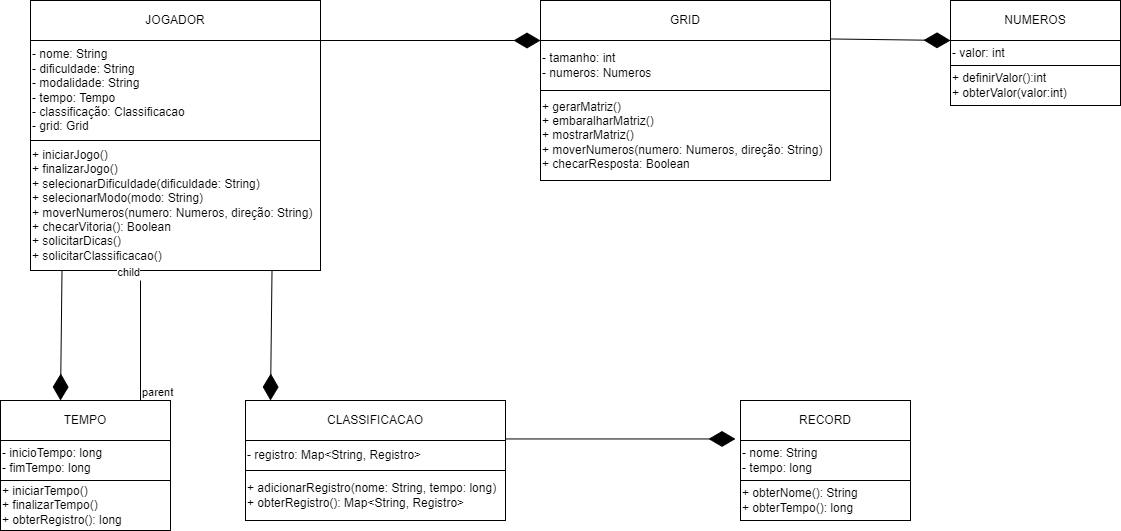
This is Mini Projeto 3/Diagrama de Classes.png from Beatriz-ge/OO, a draw.io export, as it was before one commit. Source tidied: cells renumbered, new cells last; positions are measured from the earlier drawing's top-left corner, leaving out a move shared by most shapes.
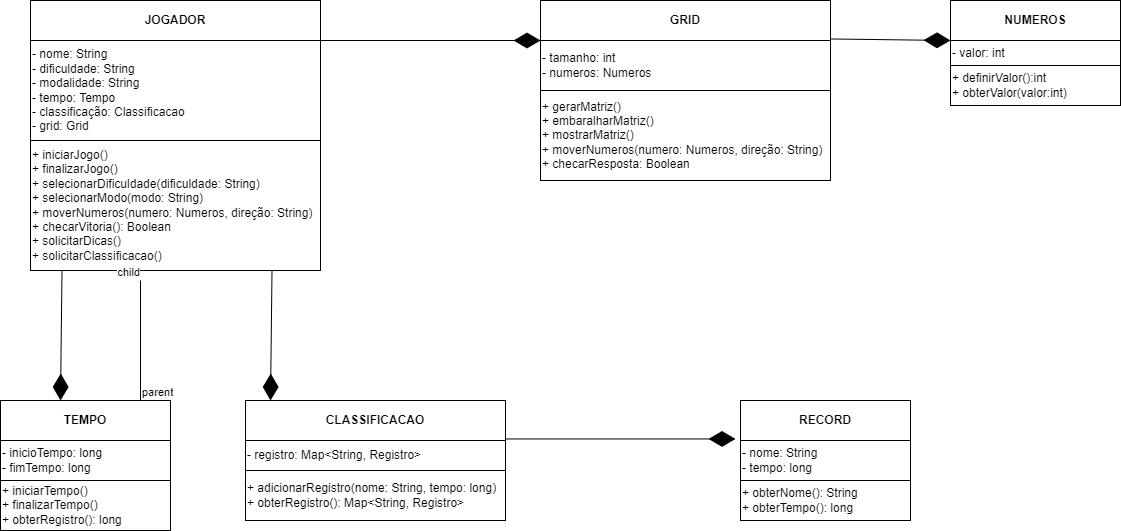
Later version of the same file.

The edit, as a diff of the source:
```diff
@@ -2,7 +2,7 @@
   <root>
     <mxCell id="0" />
     <mxCell id="1" parent="0" />
-    <mxCell id="2" value="JOGADOR" style="rounded=0;whiteSpace=wrap;html=1;" parent="1" vertex="1">
+    <mxCell id="2" value="&lt;b&gt;JOGADOR&lt;/b&gt;" style="rounded=0;whiteSpace=wrap;html=1;" parent="1" vertex="1">
       <mxGeometry x="30" width="290" height="40" as="geometry" />
     </mxCell>
     <mxCell id="3" value="- nome: String&lt;br&gt;- dificuldade: String&lt;br&gt;- modalidade: String&lt;br&gt;- tempo: Tempo&lt;br&gt;- classificação: Classificacao&lt;br&gt;- grid: Grid" style="rounded=0;whiteSpace=wrap;html=1;align=left;" parent="1" vertex="1">
@@ -11,7 +11,7 @@
     <mxCell id="4" value="+ iniciarJogo()&lt;br&gt;+ finalizarJogo()&lt;br&gt;+ selecionarDificuldade(dificuldade: String)&lt;br&gt;+ selecionarModo(modo: String)&lt;br&gt;+ moverNumeros(numero: Numeros, direção: String)&lt;br&gt;+ checarVitoria(): Boolean&lt;br&gt;+ solicitarDicas()&lt;br&gt;+ solicitarClassificacao()" style="rounded=0;whiteSpace=wrap;html=1;align=left;" parent="1" vertex="1">
       <mxGeometry x="30" y="140" width="290" height="130" as="geometry" />
     </mxCell>
-    <mxCell id="5" value="GRID" style="rounded=0;whiteSpace=wrap;html=1;" parent="1" vertex="1">
+    <mxCell id="5" value="&lt;b&gt;GRID&lt;/b&gt;" style="rounded=0;whiteSpace=wrap;html=1;" parent="1" vertex="1">
       <mxGeometry x="540" width="290" height="40" as="geometry" />
     </mxCell>
     <mxCell id="6" value="- tamanho: int&lt;br&gt;- numeros: Numeros" style="rounded=0;whiteSpace=wrap;html=1;align=left;" parent="1" vertex="1">
@@ -20,13 +20,13 @@
     <mxCell id="7" value="+ gerarMatriz()&lt;br&gt;+ embaralharMatriz()&lt;br&gt;+ mostrarMatriz()&lt;br&gt;+ moverNumeros(numero: Numeros, direção: String)&lt;br&gt;+ checarResposta: Boolean" style="rounded=0;whiteSpace=wrap;html=1;align=left;" parent="1" vertex="1">
       <mxGeometry x="540" y="90" width="290" height="90" as="geometry" />
     </mxCell>
-    <mxCell id="8" value="TEMPO" style="rounded=0;whiteSpace=wrap;html=1;" parent="1" vertex="1">
+    <mxCell id="8" value="&lt;b&gt;TEMPO&lt;/b&gt;" style="rounded=0;whiteSpace=wrap;html=1;" parent="1" vertex="1">
       <mxGeometry y="400" width="170" height="40" as="geometry" />
     </mxCell>
     <mxCell id="9" value="- inicioTempo: long&lt;br&gt;- fimTempo: long" style="rounded=0;whiteSpace=wrap;html=1;align=left;" parent="1" vertex="1">
       <mxGeometry y="440" width="170" height="40" as="geometry" />
     </mxCell>
-    <mxCell id="10" value="CLASSIFICACAO" style="rounded=0;whiteSpace=wrap;html=1;" parent="1" vertex="1">
+    <mxCell id="10" value="&lt;b&gt;CLASSIFICACAO&lt;/b&gt;" style="rounded=0;whiteSpace=wrap;html=1;" parent="1" vertex="1">
       <mxGeometry x="245" y="400" width="260" height="40" as="geometry" />
     </mxCell>
     <mxCell id="11" value="- registro: Map&amp;lt;String, Registro&amp;gt;" style="rounded=0;whiteSpace=wrap;html=1;align=left;" parent="1" vertex="1">
@@ -35,7 +35,7 @@
     <mxCell id="12" value="+ adicionarRegistro(nome: String, tempo: long)&lt;br&gt;+ obterRegistro(): Map&amp;lt;String, Registro&amp;gt;" style="rounded=0;whiteSpace=wrap;html=1;align=left;" parent="1" vertex="1">
       <mxGeometry x="245" y="470" width="260" height="50" as="geometry" />
     </mxCell>
-    <mxCell id="13" value="RECORD" style="rounded=0;whiteSpace=wrap;html=1;" parent="1" vertex="1">
+    <mxCell id="13" value="&lt;b&gt;RECORD&lt;/b&gt;" style="rounded=0;whiteSpace=wrap;html=1;" parent="1" vertex="1">
       <mxGeometry x="740" y="400" width="170" height="40" as="geometry" />
     </mxCell>
     <mxCell id="14" value="- nome: String&lt;br&gt;- tempo: long" style="rounded=0;whiteSpace=wrap;html=1;align=left;" parent="1" vertex="1">
@@ -47,7 +47,7 @@
     <mxCell id="16" value="+ iniciarTempo()&lt;br&gt;+ finalizarTempo()&lt;br&gt;+ obterRegistro(): long" style="rounded=0;whiteSpace=wrap;html=1;align=left;" parent="1" vertex="1">
       <mxGeometry y="480" width="170" height="50" as="geometry" />
     </mxCell>
-    <mxCell id="17" value="NUMEROS" style="rounded=0;whiteSpace=wrap;html=1;" parent="1" vertex="1">
+    <mxCell id="17" value="&lt;b&gt;NUMEROS&lt;/b&gt;" style="rounded=0;whiteSpace=wrap;html=1;" parent="1" vertex="1">
       <mxGeometry x="950" width="170" height="40" as="geometry" />
     </mxCell>
     <mxCell id="18" value="- valor: int" style="rounded=0;whiteSpace=wrap;html=1;align=left;" parent="1" vertex="1">
```
